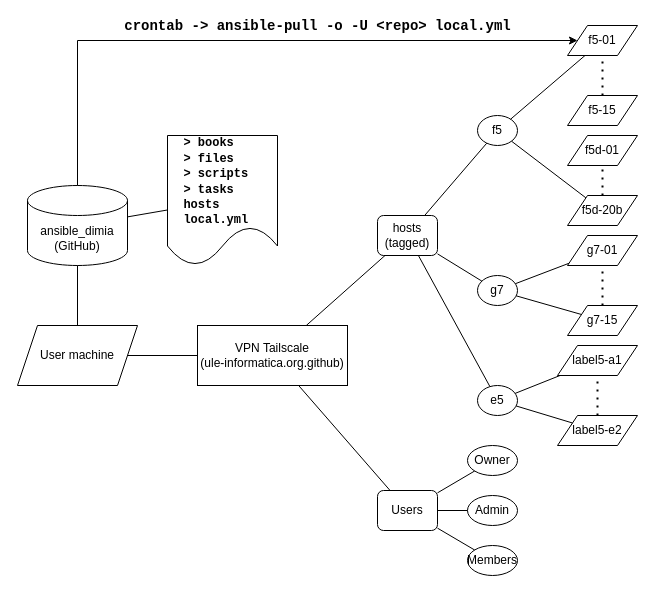
Before: images/diagramLabs.drawio in mcasl/ansible_dimia, a draw.io diagram. Source tidied: cells renumbered, new cells numbered last; positions are measured from the earlier drawing's top-left corner, leaving out a move shared by most shapes. Both pictures are drawn from the tidied source at 100%, with x=0, y=0 at pixel (17, 25).
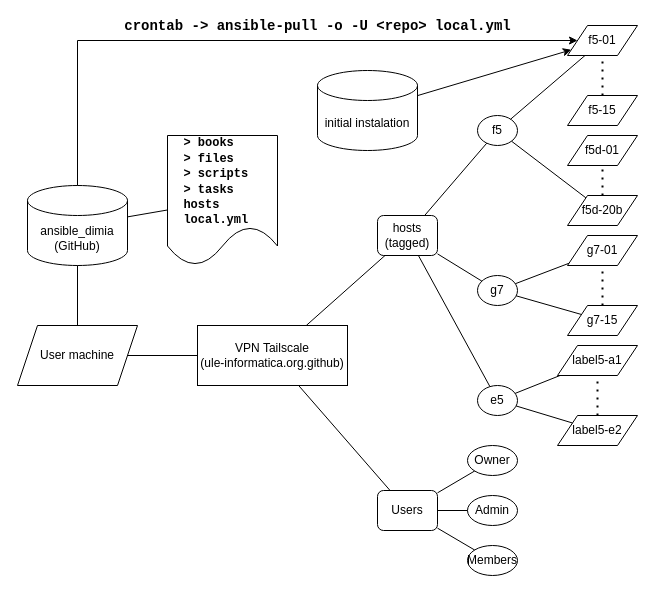
The same diagram, later.

Unchanged cells that the change refers to:
```xml
<mxCell id="5" value="f5-01" style="shape=parallelogram;perimeter=parallelogramPerimeter;whiteSpace=wrap;html=1;fixedSize=1;" parent="1" vertex="1">
  <mxGeometry x="550" width="70" height="30" as="geometry" />
</mxCell>
```

Diff of the diagram source:
```diff
@@
+    <mxCell id="45" value="initial instalation" style="shape=cylinder3;whiteSpace=wrap;html=1;boundedLbl=1;backgroundOutline=1;size=15;" parent="1" vertex="1">
+      <mxGeometry x="300" y="45" width="100" height="80" as="geometry" />
+    </mxCell>
+    <mxCell id="46" style="endArrow=classic;html=1;rounded=0;" parent="1" edge="1" source="45" target="5">
+      <mxGeometry relative="1" as="geometry" />
+    </mxCell>
```
